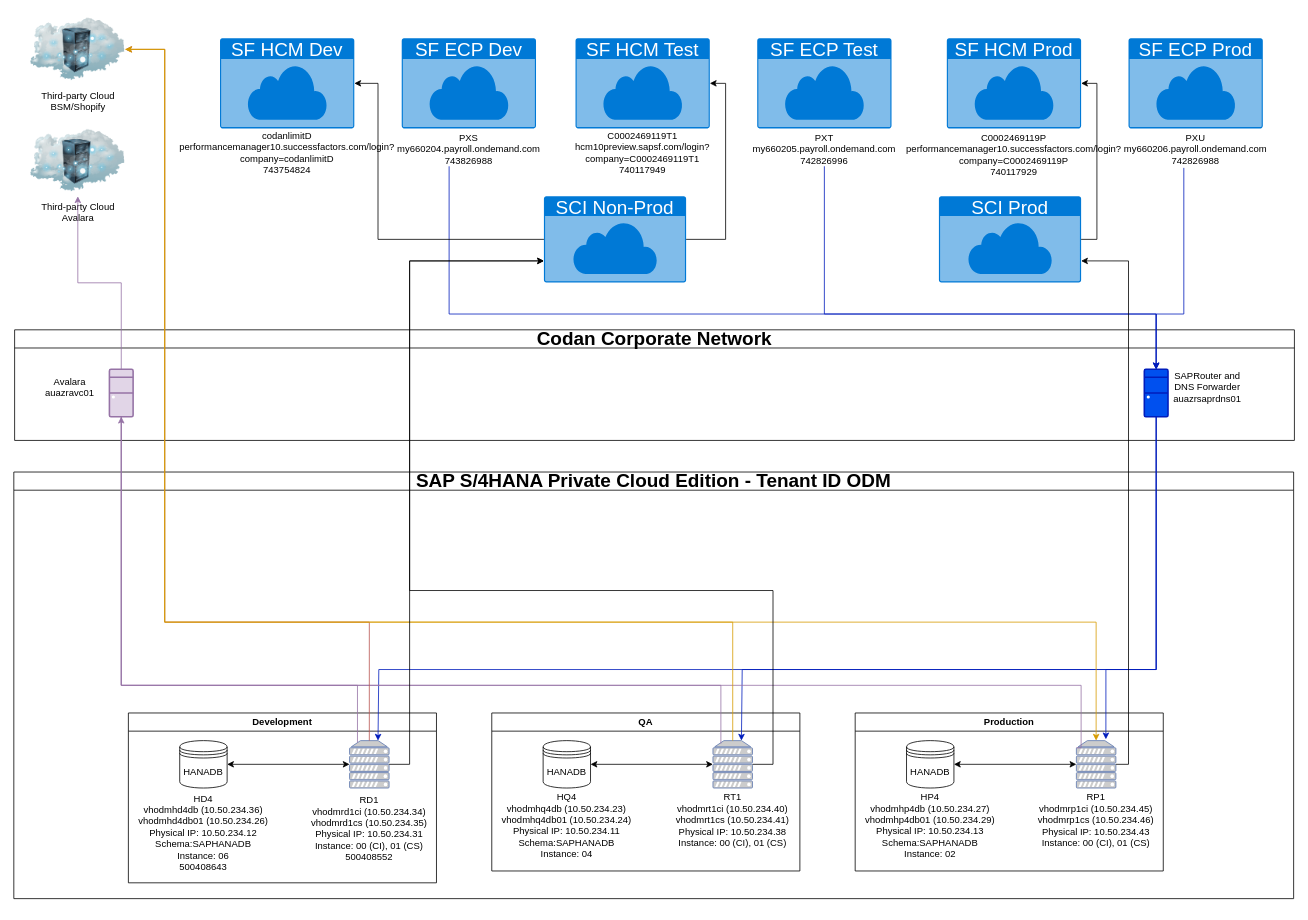
Earlier version of the draw.io diagram page "Page-2" (2 of 2) of Network Landscape.drawio (acookoz/themanmountain.github.io). Source tidied: cells renumbered, new cells numbered last; positions are measured from the earlier drawing's top-left corner, leaving out a move shared by most shapes. Both pictures are drawn from the tidied source at 79%, with x=0, y=0 at pixel (13, 13).
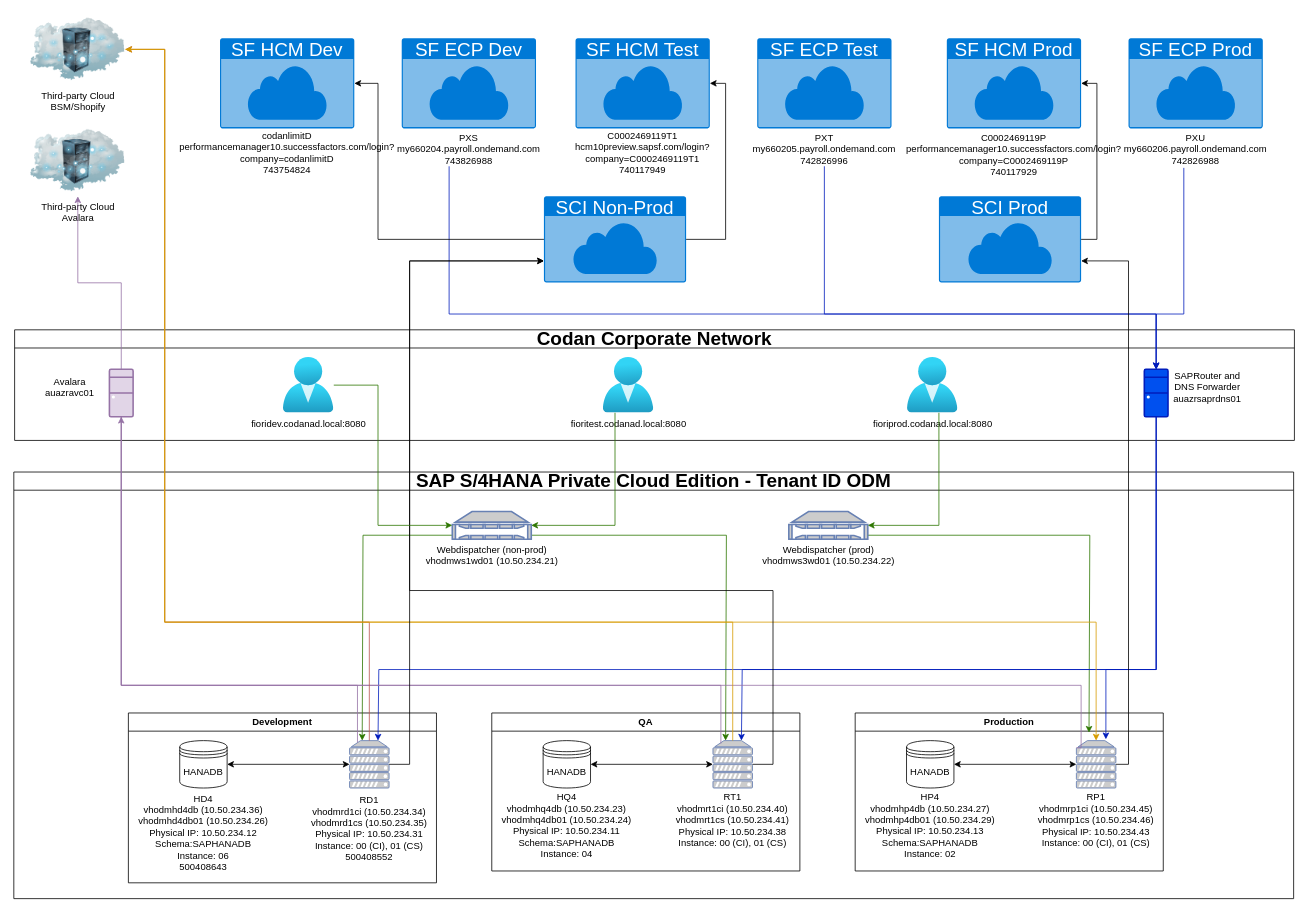
Above is the later version.

The change refers to these unchanged cells:
```xml
<mxCell id="2" value="&lt;font style=&quot;font-size: 24px;&quot;&gt;SAP S/4HANA Private Cloud Edition - Tenant ID ODM&lt;/font&gt;" style="swimlane;whiteSpace=wrap;html=1;" parent="1" vertex="1">
  <mxGeometry y="580" width="1620" height="540" as="geometry" />
</mxCell>
<mxCell id="29" value="&lt;font style=&quot;font-size: 24px;&quot;&gt;Codan Corporate Network&lt;/font&gt;" style="swimlane;whiteSpace=wrap;html=1;" parent="1" vertex="1">
  <mxGeometry x="1" y="400" width="1620" height="140" as="geometry" />
</mxCell>
```

Change to the diagram source:
```diff
@@
+    <mxCell id="69" style="edgeStyle=orthogonalEdgeStyle;rounded=0;jettySize=auto;html=1;fillColor=#60a917;strokeColor=#2D7600;" parent="2" edge="1" source="71">
+      <mxGeometry relative="1" as="geometry">
+        <mxPoint x="441" y="340" as="targetPoint" />
+        <Array as="points">
+          <mxPoint x="442" y="80" />
+          <mxPoint x="442" y="340" />
+        </Array>
+      </mxGeometry>
+    </mxCell>
+    <mxCell id="70" style="edgeStyle=orthogonalEdgeStyle;rounded=0;jettySize=auto;html=1;fillColor=#60a917;strokeColor=#2D7600;" parent="2" edge="1" source="71">
+      <mxGeometry relative="1" as="geometry">
+        <mxPoint x="901" y="340" as="targetPoint" />
+        <Array as="points">
+          <mxPoint x="902" y="80" />
+          <mxPoint x="902" y="340" />
+        </Array>
+      </mxGeometry>
+    </mxCell>
+    <mxCell id="71" value="Webdispatcher (non-prod)&lt;div&gt;vhodmws1wd01 (10.50.234.21)&lt;/div&gt;" style="fontColor=#000000;verticalAlign=top;verticalLabelPosition=bottom;labelPosition=center;align=center;html=1;outlineConnect=0;fillColor=#CCCCCC;strokeColor=#6881B3;gradientColor=none;gradientDirection=north;strokeWidth=2;shape=mxgraph.networks.nas_filer;" parent="2" vertex="1">
+      <mxGeometry x="555" y="50" width="100" height="35" as="geometry" />
+    </mxCell>
+    <mxCell id="72" style="edgeStyle=orthogonalEdgeStyle;rounded=0;jettySize=auto;html=1;fillColor=#60a917;strokeColor=#2D7600;" parent="2" edge="1" source="73">
+      <mxGeometry relative="1" as="geometry">
+        <mxPoint x="1361" y="330" as="targetPoint" />
+        <Array as="points">
+          <mxPoint x="1362" y="80" />
+          <mxPoint x="1362" y="330" />
+        </Array>
+      </mxGeometry>
+    </mxCell>
+    <mxCell id="73" value="Webdispatcher (prod)&lt;div&gt;vhodmws3wd01 (10.50.234.22)&lt;/div&gt;" style="fontColor=#000000;verticalAlign=top;verticalLabelPosition=bottom;labelPosition=center;align=center;html=1;outlineConnect=0;fillColor=#CCCCCC;strokeColor=#6881B3;gradientColor=none;gradientDirection=north;strokeWidth=2;shape=mxgraph.networks.nas_filer;" parent="2" vertex="1">
+      <mxGeometry x="981" y="50" width="100" height="35" as="geometry" />
+    </mxCell>
@@
+    <mxCell id="74" value="&lt;div&gt;fioridev.codanad.local:8080&lt;/div&gt;" style="image;html=1;points=[];align=center;fontSize=12;image=img/lib/azure2/identity/Users.svg;" parent="29" vertex="1">
+      <mxGeometry x="340" y="35" width="64" height="70" as="geometry" />
+    </mxCell>
+    <mxCell id="75" value="&lt;div&gt;fioritest.codanad.local:8080&lt;/div&gt;" style="image;html=1;points=[];align=center;fontSize=12;image=img/lib/azure2/identity/Users.svg;" parent="29" vertex="1">
+      <mxGeometry x="745" y="35" width="64" height="70" as="geometry" />
+    </mxCell>
+    <mxCell id="76" value="&lt;div&gt;fioriprod.codanad.local:8080&lt;/div&gt;" style="image;html=1;points=[];align=center;fontSize=12;image=img/lib/azure2/identity/Users.svg;" parent="29" vertex="1">
+      <mxGeometry x="1130" y="35" width="64" height="70" as="geometry" />
+    </mxCell>
@@
+    <mxCell id="77" style="edgeStyle=orthogonalEdgeStyle;rounded=0;jettySize=auto;html=1;entryX=0;entryY=0.5;entryDx=0;entryDy=0;entryPerimeter=0;fillColor=#60a917;strokeColor=#2D7600;" parent="1" edge="1" source="74" target="71">
+      <mxGeometry relative="1" as="geometry">
+        <Array as="points">
+          <mxPoint x="461" y="470" />
+          <mxPoint x="461" y="648" />
+        </Array>
+      </mxGeometry>
+    </mxCell>
+    <mxCell id="78" style="edgeStyle=orthogonalEdgeStyle;rounded=0;jettySize=auto;html=1;entryX=1;entryY=0.5;entryDx=0;entryDy=0;entryPerimeter=0;fillColor=#60a917;strokeColor=#2D7600;" parent="1" edge="1" source="75" target="71">
+      <mxGeometry relative="1" as="geometry">
+        <Array as="points">
+          <mxPoint x="761" y="648" />
+        </Array>
+      </mxGeometry>
+    </mxCell>
+    <mxCell id="79" style="edgeStyle=orthogonalEdgeStyle;rounded=0;jettySize=auto;html=1;entryX=1;entryY=0.5;entryDx=0;entryDy=0;entryPerimeter=0;fillColor=#60a917;strokeColor=#2D7600;" parent="1" edge="1" source="76" target="73">
+      <mxGeometry relative="1" as="geometry">
+        <Array as="points">
+          <mxPoint x="1171" y="648" />
+        </Array>
+      </mxGeometry>
+    </mxCell>
```
